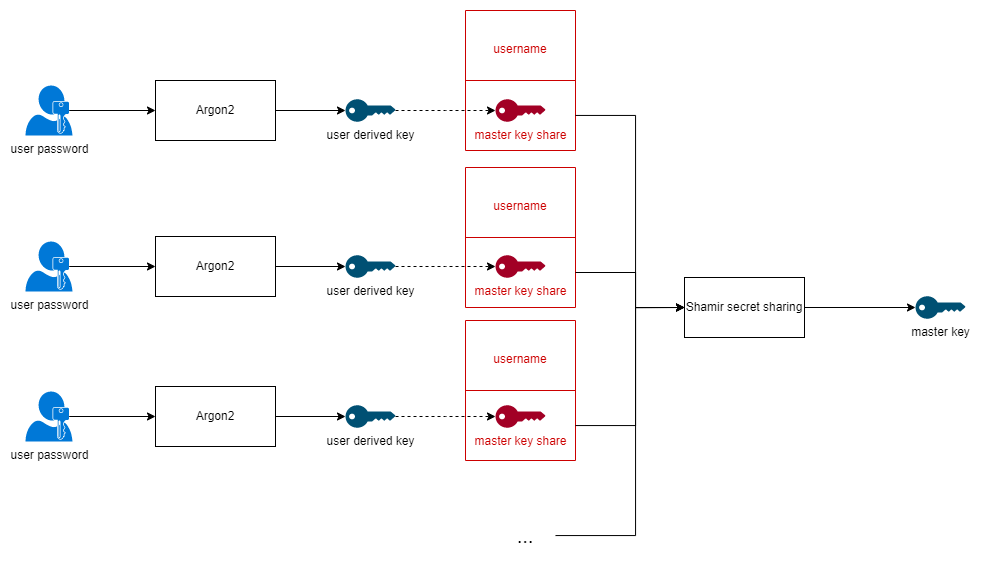
Earlier version of the draw.io export readme-images/Storage root key shares.drawio.png (damienmaier/encrypted-vault). Source tidied: cells renumbered, new cells last; positions are measured from the earlier drawing's top-left corner, leaving out a move shared by most shapes.
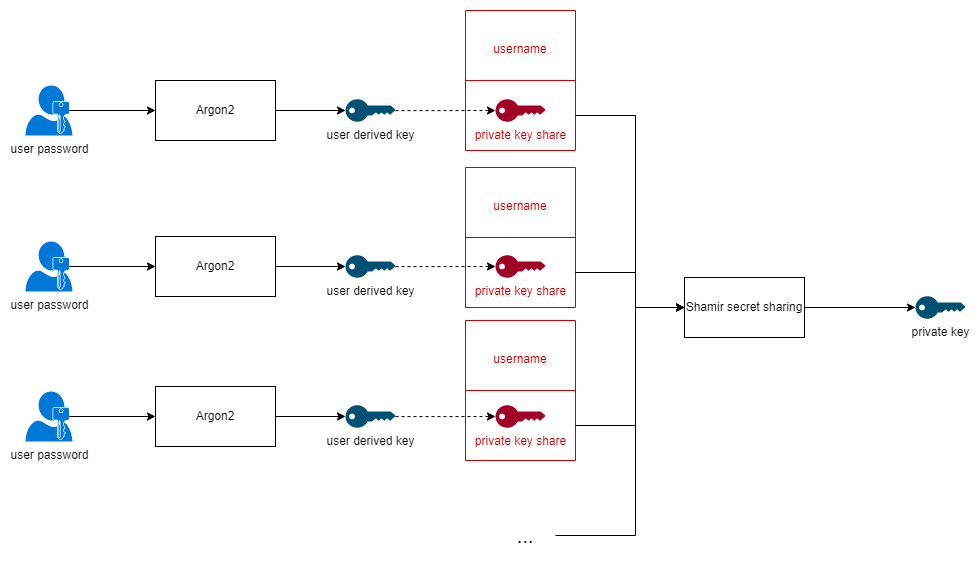
The same file after the commit.

What changed in the source:
```diff
@@ -53,7 +53,7 @@
     <mxCell id="18" value="user password" style="sketch=0;shadow=0;dashed=0;html=1;strokeColor=none;labelPosition=center;verticalLabelPosition=bottom;verticalAlign=top;align=center;shape=mxgraph.mscae.enterprise.user_permissions;fillColor=#0078D7;" parent="1" vertex="1">
       <mxGeometry y="75" width="47" height="50" as="geometry" />
     </mxCell>
-    <mxCell id="19" value="master key" style="points=[[0,0.5,0],[0.24,0,0],[0.5,0.28,0],[0.995,0.475,0],[0.5,0.72,0],[0.24,1,0]];verticalLabelPosition=bottom;sketch=0;html=1;verticalAlign=top;align=center;shape=mxgraph.cisco19.key;fillColor=#005073;strokeColor=none;" parent="1" vertex="1">
+    <mxCell id="19" value="private key" style="points=[[0,0.5,0],[0.24,0,0],[0.5,0.28,0],[0.995,0.475,0],[0.5,0.72,0],[0.24,1,0]];verticalLabelPosition=bottom;sketch=0;html=1;verticalAlign=top;align=center;shape=mxgraph.cisco19.key;fillColor=#005073;strokeColor=none;" parent="1" vertex="1">
       <mxGeometry x="890" y="285.8" width="50" height="22.5" as="geometry" />
     </mxCell>
     <mxCell id="20" style="edgeStyle=orthogonalEdgeStyle;rounded=0;jettySize=auto;html=1;entryX=0;entryY=0.5;entryDx=0;entryDy=0;entryPerimeter=0;" parent="1" edge="1" source="21" target="23">
@@ -68,7 +68,7 @@
     <mxCell id="23" value="user derived key" style="points=[[0,0.5,0],[0.24,0,0],[0.5,0.28,0],[0.995,0.475,0],[0.5,0.72,0],[0.24,1,0]];verticalLabelPosition=bottom;sketch=0;html=1;verticalAlign=top;align=center;shape=mxgraph.cisco19.key;fillColor=#005073;strokeColor=none;" parent="1" vertex="1">
       <mxGeometry x="320" y="88.8" width="50" height="22.5" as="geometry" />
     </mxCell>
-    <mxCell id="24" value="&lt;font color=&quot;#cc0000&quot;&gt;master key share&lt;/font&gt;" style="points=[[0,0.5,0],[0.24,0,0],[0.5,0.28,0],[0.995,0.475,0],[0.5,0.72,0],[0.24,1,0]];verticalLabelPosition=bottom;sketch=0;html=1;verticalAlign=top;align=center;shape=mxgraph.cisco19.key;fillColor=#a20025;strokeColor=#6F0000;fontColor=#ffffff;" parent="1" vertex="1">
+    <mxCell id="24" value="&lt;font color=&quot;#cc0000&quot;&gt;private key share&lt;/font&gt;" style="points=[[0,0.5,0],[0.24,0,0],[0.5,0.28,0],[0.995,0.475,0],[0.5,0.72,0],[0.24,1,0]];verticalLabelPosition=bottom;sketch=0;html=1;verticalAlign=top;align=center;shape=mxgraph.cisco19.key;fillColor=#a20025;strokeColor=#6F0000;fontColor=#ffffff;" parent="1" vertex="1">
       <mxGeometry x="470" y="88.8" width="50" height="22.5" as="geometry" />
     </mxCell>
     <mxCell id="25" style="edgeStyle=orthogonalEdgeStyle;rounded=0;jettySize=auto;html=1;entryX=0;entryY=0.5;entryDx=0;entryDy=0;exitX=0.93;exitY=0.5;exitDx=0;exitDy=0;exitPerimeter=0;" parent="1" edge="1" source="26" target="28">
@@ -89,7 +89,7 @@
     <mxCell id="30" value="user derived key" style="points=[[0,0.5,0],[0.24,0,0],[0.5,0.28,0],[0.995,0.475,0],[0.5,0.72,0],[0.24,1,0]];verticalLabelPosition=bottom;sketch=0;html=1;verticalAlign=top;align=center;shape=mxgraph.cisco19.key;fillColor=#005073;strokeColor=none;" parent="1" vertex="1">
       <mxGeometry x="320" y="244.8" width="50" height="22.5" as="geometry" />
     </mxCell>
-    <mxCell id="31" value="&lt;font color=&quot;#cc0000&quot;&gt;master key share&lt;/font&gt;" style="points=[[0,0.5,0],[0.24,0,0],[0.5,0.28,0],[0.995,0.475,0],[0.5,0.72,0],[0.24,1,0]];verticalLabelPosition=bottom;sketch=0;html=1;verticalAlign=top;align=center;shape=mxgraph.cisco19.key;fillColor=#a20025;strokeColor=#6F0000;fontColor=#ffffff;" parent="1" vertex="1">
+    <mxCell id="31" value="&lt;font color=&quot;#cc0000&quot;&gt;private key share&lt;/font&gt;" style="points=[[0,0.5,0],[0.24,0,0],[0.5,0.28,0],[0.995,0.475,0],[0.5,0.72,0],[0.24,1,0]];verticalLabelPosition=bottom;sketch=0;html=1;verticalAlign=top;align=center;shape=mxgraph.cisco19.key;fillColor=#a20025;strokeColor=#6F0000;fontColor=#ffffff;" parent="1" vertex="1">
       <mxGeometry x="470" y="244.8" width="50" height="22.5" as="geometry" />
     </mxCell>
     <mxCell id="32" style="edgeStyle=orthogonalEdgeStyle;rounded=0;jettySize=auto;html=1;entryX=0;entryY=0.5;entryDx=0;entryDy=0;exitX=0.93;exitY=0.5;exitDx=0;exitDy=0;exitPerimeter=0;" parent="1" edge="1" source="33" target="35">
@@ -110,7 +110,7 @@
     <mxCell id="37" value="user derived key" style="points=[[0,0.5,0],[0.24,0,0],[0.5,0.28,0],[0.995,0.475,0],[0.5,0.72,0],[0.24,1,0]];verticalLabelPosition=bottom;sketch=0;html=1;verticalAlign=top;align=center;shape=mxgraph.cisco19.key;fillColor=#005073;strokeColor=none;" parent="1" vertex="1">
       <mxGeometry x="320" y="394.8" width="50" height="22.5" as="geometry" />
     </mxCell>
-    <mxCell id="38" value="&lt;font color=&quot;#cc0000&quot;&gt;master key share&lt;/font&gt;" style="points=[[0,0.5,0],[0.24,0,0],[0.5,0.28,0],[0.995,0.475,0],[0.5,0.72,0],[0.24,1,0]];verticalLabelPosition=bottom;sketch=0;html=1;verticalAlign=top;align=center;shape=mxgraph.cisco19.key;fillColor=#a20025;strokeColor=#6F0000;fontColor=#ffffff;" parent="1" vertex="1">
+    <mxCell id="38" value="&lt;font color=&quot;#cc0000&quot;&gt;private key share&lt;/font&gt;" style="points=[[0,0.5,0],[0.24,0,0],[0.5,0.28,0],[0.995,0.475,0],[0.5,0.72,0],[0.24,1,0]];verticalLabelPosition=bottom;sketch=0;html=1;verticalAlign=top;align=center;shape=mxgraph.cisco19.key;fillColor=#a20025;strokeColor=#6F0000;fontColor=#ffffff;" parent="1" vertex="1">
       <mxGeometry x="470" y="394.8" width="50" height="22.5" as="geometry" />
     </mxCell>
     <mxCell id="39" style="edgeStyle=orthogonalEdgeStyle;rounded=0;jettySize=auto;html=1;entryX=0;entryY=0.5;entryDx=0;entryDy=0;" parent="1" edge="1" source="40" target="42">
```
